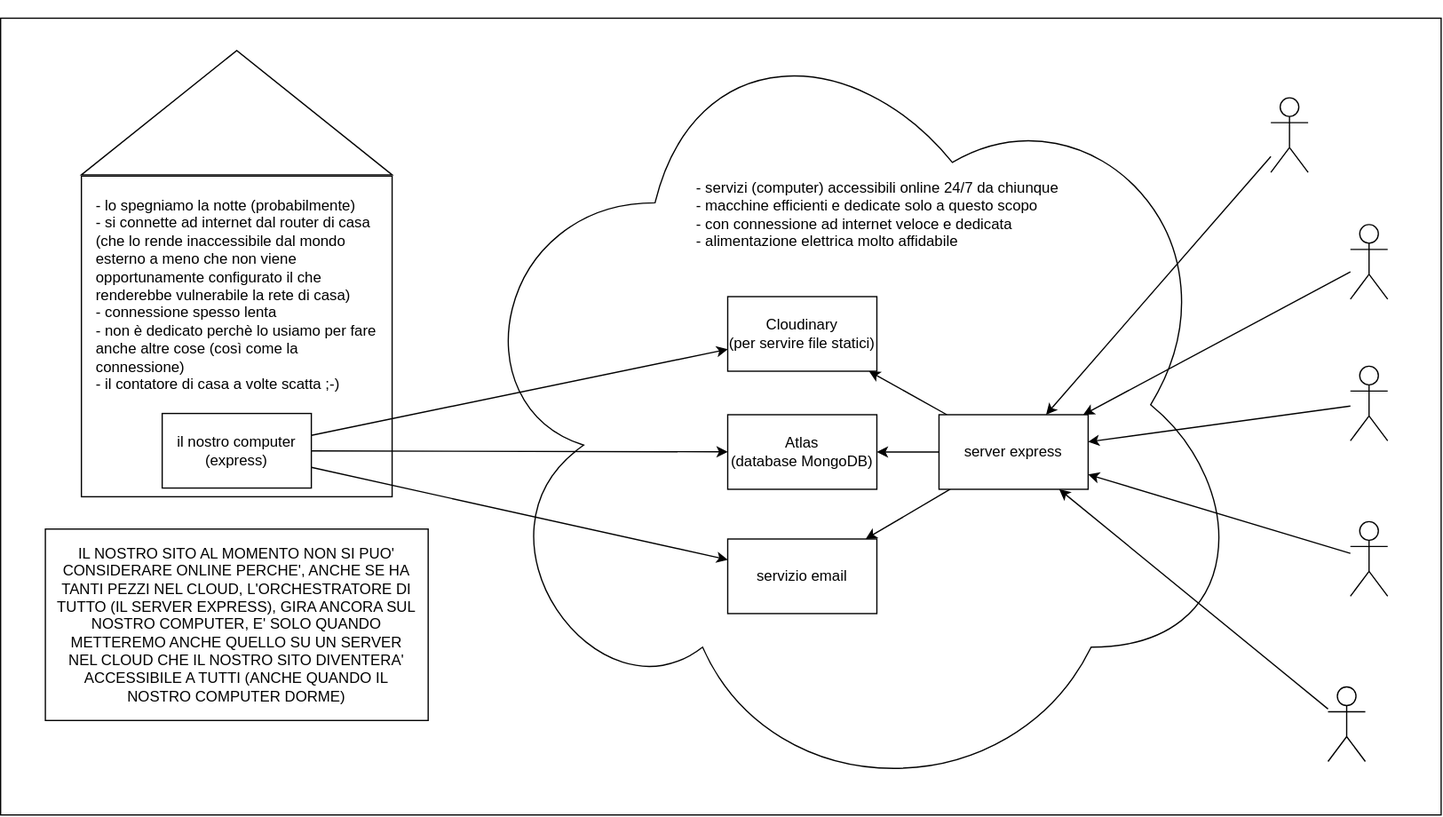
Before: m6w2d2-files-emails/project01/backend/cloud.drawio.svg, a diagram exported from draw.io (henri-kapidani/WDPT0224). Source tidied: cells renumbered, new cells last; positions are measured from the earlier drawing's top-left corner, leaving out a move shared by most shapes.
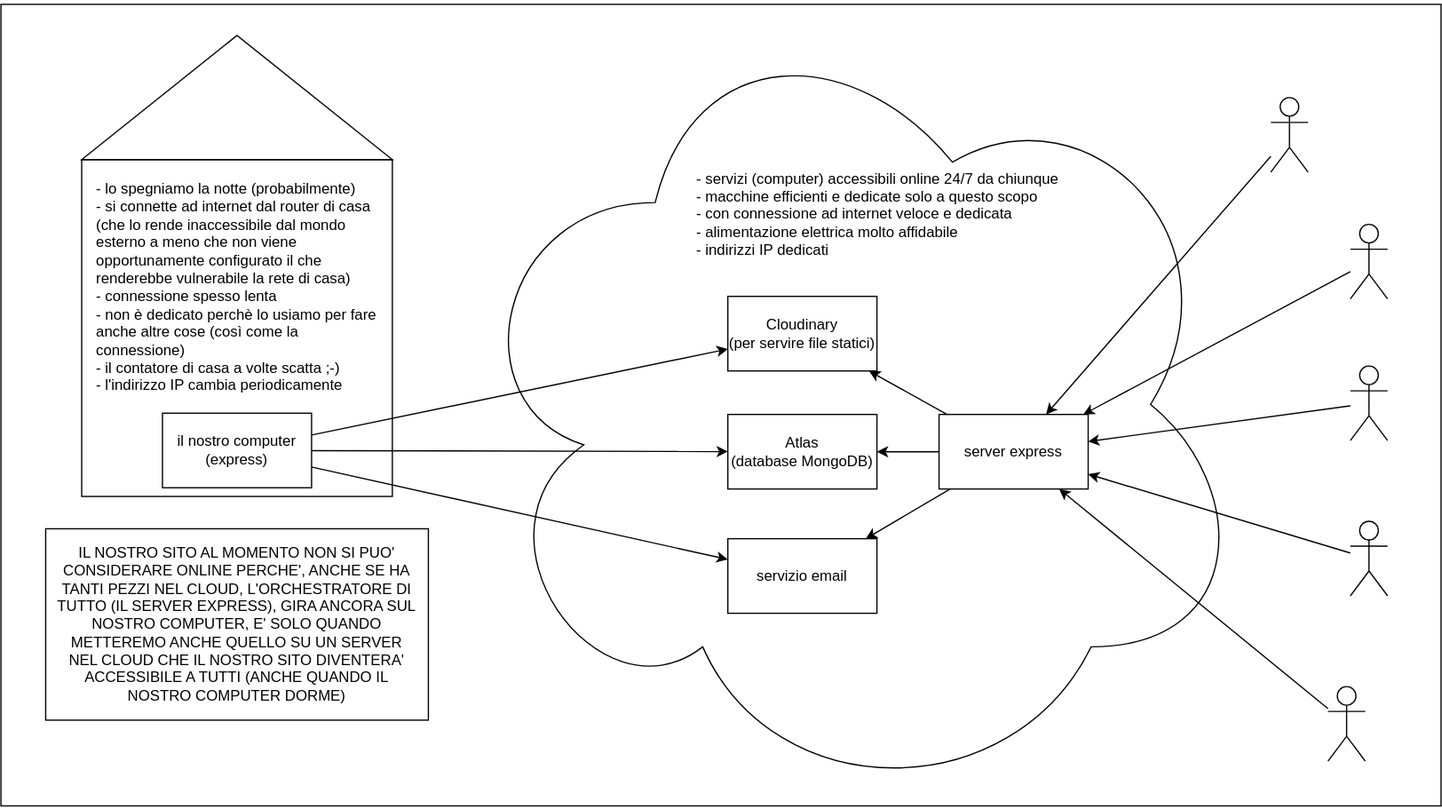
The same file after the commit.

What changed in the source:
```diff
@@ -3,10 +3,10 @@
     <mxCell id="0" />
     <mxCell id="1" parent="0" />
     <mxCell id="2" style="whiteSpace=wrap;html=1;" parent="1" vertex="1">
-      <mxGeometry y="49" width="1159" height="641" as="geometry" />
+      <mxGeometry y="38" width="1159" height="645" as="geometry" />
     </mxCell>
-    <mxCell id="3" value="- lo spegniamo la notte (probabilmente)&lt;br&gt;- si connette ad internet dal router di casa (che lo rende inaccessibile dal mondo esterno a meno che non viene opportunamente configurato il che renderebbe vulnerabile la rete di casa)&lt;br&gt;- connessione spesso lenta&lt;br&gt;- non è dedicato perchè lo usiamo per fare anche altre cose (così come la connessione)&lt;br&gt;- il contatore di casa a volte scatta ;-)" style="whiteSpace=wrap;html=1;verticalAlign=top;align=left;spacingLeft=10;spacingRight=10;spacingTop=10;" parent="1" vertex="1">
-      <mxGeometry x="65" y="176" width="250" height="258" as="geometry" />
+    <mxCell id="3" value="- lo spegniamo la notte (probabilmente)&lt;br&gt;- si connette ad internet dal router di casa (che lo rende inaccessibile dal mondo esterno a meno che non viene opportunamente configurato il che renderebbe vulnerabile la rete di casa)&lt;br&gt;- connessione spesso lenta&lt;br&gt;- non è dedicato perchè lo usiamo per fare anche altre cose (così come la connessione)&lt;br&gt;- il contatore di casa a volte scatta ;-)&lt;br&gt;- l'indirizzo IP cambia periodicamente" style="whiteSpace=wrap;html=1;verticalAlign=top;align=left;spacingLeft=10;spacingRight=10;spacingTop=10;" parent="1" vertex="1">
+      <mxGeometry x="65" y="163" width="250" height="271" as="geometry" />
     </mxCell>
     <mxCell id="4" style="ellipse;shape=cloud;whiteSpace=wrap;html=1;" parent="1" vertex="1">
       <mxGeometry x="367" y="35" width="638" height="650" as="geometry" />
@@ -33,7 +33,7 @@
       <mxGeometry x="130" y="367" width="120" height="60" as="geometry" />
     </mxCell>
     <mxCell id="12" style="triangle;whiteSpace=wrap;html=1;rotation=-90;" parent="1" vertex="1">
-      <mxGeometry x="140" width="100" height="250" as="geometry" />
+      <mxGeometry x="140" y="-12" width="100" height="250" as="geometry" />
     </mxCell>
     <mxCell id="13" value="IL NOSTRO SITO AL MOMENTO NON SI PUO' CONSIDERARE ONLINE PERCHE', ANCHE SE HA TANTI PEZZI NEL CLOUD, L'ORCHESTRATORE DI TUTTO (IL SERVER EXPRESS), GIRA ANCORA SUL NOSTRO COMPUTER, E' SOLO QUANDO METTEREMO ANCHE QUELLO SU UN SERVER NEL CLOUD CHE IL NOSTRO SITO DIVENTERA' ACCESSIBILE A TUTTI (ANCHE QUANDO IL NOSTRO COMPUTER DORME)" style="whiteSpace=wrap;html=1;spacing=10;" parent="1" vertex="1">
       <mxGeometry x="36" y="460" width="308" height="154" as="geometry" />
@@ -80,8 +80,8 @@
     <mxCell id="27" style="shape=umlActor;verticalLabelPosition=bottom;verticalAlign=top;html=1;outlineConnect=0;" parent="1" vertex="1">
       <mxGeometry x="1086" y="329" width="30" height="60" as="geometry" />
     </mxCell>
-    <mxCell id="28" value="&lt;span style=&quot;&quot;&gt;- servizi (computer) accessibili online 24/7 da chiunque&lt;/span&gt;&lt;br style=&quot;&quot;&gt;&lt;span style=&quot;&quot;&gt;- macchine efficienti e dedicate solo a questo scopo&lt;/span&gt;&lt;br style=&quot;&quot;&gt;&lt;span style=&quot;&quot;&gt;- con connessione ad internet veloce e dedicata&lt;br&gt;- alimentazione elettrica molto affidabile&lt;br&gt;&lt;/span&gt;" style="text;html=1;align=left;verticalAlign=middle;strokeColor=none;fillColor=none;" parent="1" vertex="1">
-      <mxGeometry x="558" y="172" width="309" height="70" as="geometry" />
+    <mxCell id="28" value="&lt;span style=&quot;&quot;&gt;- servizi (computer) accessibili online 24/7 da chiunque&lt;/span&gt;&lt;br style=&quot;&quot;&gt;&lt;span style=&quot;&quot;&gt;- macchine efficienti e dedicate solo a questo scopo&lt;/span&gt;&lt;br style=&quot;&quot;&gt;&lt;span style=&quot;&quot;&gt;- con connessione ad internet veloce e dedicata&lt;br&gt;- alimentazione elettrica molto affidabile&lt;br&gt;- indirizzi IP dedicati&lt;br&gt;&lt;/span&gt;" style="text;html=1;align=left;verticalAlign=middle;strokeColor=none;fillColor=none;" parent="1" vertex="1">
+      <mxGeometry x="558" y="165" width="309" height="84" as="geometry" />
     </mxCell>
   </root>
 </mxGraphModel>
```
